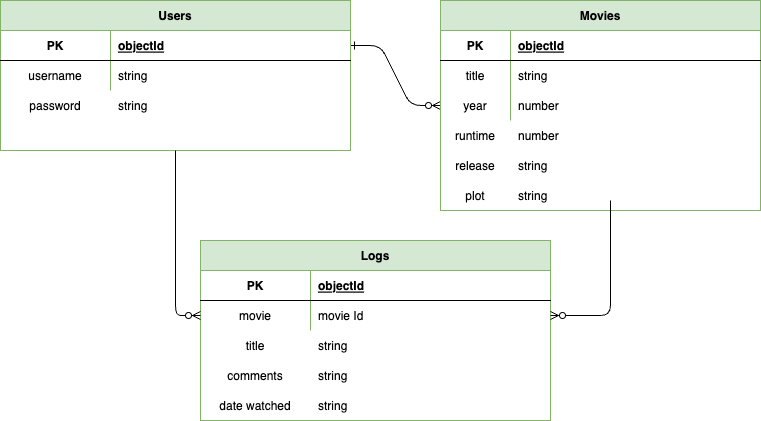
Earlier version of the draw.io export Movie logger ERD.drawio.png (harrisimon/Project-2-planning). Source tidied: cells renumbered, new cells last; positions are measured from the earlier drawing's top-left corner, leaving out a move shared by most shapes. Its diagram source:
```xml
<mxGraphModel>
  <root>
    <mxCell id="0" />
    <mxCell id="1" parent="0" />
    <mxCell id="2" style="edgeStyle=entityRelationEdgeStyle;endArrow=ERzeroToMany;startArrow=ERone;endFill=1;startFill=0;exitX=1;exitY=0.5;exitDx=0;exitDy=0;" parent="1" edge="1" source="14" target="3">
      <mxGeometry relative="1" as="geometry" />
    </mxCell>
    <mxCell id="3" value="Movies" style="shape=table;startSize=30;rowLines=0;fontStyle=1;align=center;fillColor=#d5e8d4;strokeColor=#82b366;" parent="1" vertex="1">
      <mxGeometry x="440" width="320" height="210" as="geometry" />
    </mxCell>
    <mxCell id="4" style="shape=partialRectangle;fillColor=none;top=0;left=0;right=0;bottom=1;" parent="3" vertex="1">
      <mxGeometry y="30" width="320" height="30" as="geometry" />
    </mxCell>
    <mxCell id="5" value="PK" style="shape=partialRectangle;overflow=hidden;fillColor=none;top=0;left=0;bottom=0;right=0;fontStyle=1;" parent="4" vertex="1">
      <mxGeometry width="70" height="30" as="geometry" />
    </mxCell>
    <mxCell id="6" value="objectId" style="shape=partialRectangle;overflow=hidden;fillColor=none;top=0;left=0;bottom=0;right=0;align=left;spacingLeft=6;fontStyle=5;" parent="4" vertex="1">
      <mxGeometry x="70" width="250" height="30" as="geometry" />
    </mxCell>
    <mxCell id="7" style="shape=partialRectangle;fillColor=none;top=0;left=0;right=0;bottom=0;" parent="3" vertex="1">
      <mxGeometry y="60" width="320" height="30" as="geometry" />
    </mxCell>
    <mxCell id="8" value="title" style="shape=partialRectangle;overflow=hidden;fillColor=none;top=0;left=0;bottom=0;right=0;" parent="7" vertex="1">
      <mxGeometry width="70" height="30" as="geometry" />
    </mxCell>
    <mxCell id="9" value="string" style="shape=partialRectangle;overflow=hidden;fillColor=none;top=0;left=0;bottom=0;right=0;align=left;spacingLeft=6;" parent="7" vertex="1">
      <mxGeometry x="70" width="250" height="30" as="geometry" />
    </mxCell>
    <mxCell id="10" style="shape=partialRectangle;fillColor=none;top=0;left=0;right=0;bottom=0;" parent="3" vertex="1">
      <mxGeometry y="90" width="320" height="30" as="geometry" />
    </mxCell>
    <mxCell id="11" style="shape=partialRectangle;overflow=hidden;fillColor=none;top=0;left=0;bottom=0;right=0;" parent="10" vertex="1">
      <mxGeometry width="70" height="30" as="geometry" />
    </mxCell>
    <mxCell id="12" value="number" style="shape=partialRectangle;overflow=hidden;fillColor=none;top=0;left=0;bottom=0;right=0;align=left;spacingLeft=6;" parent="10" vertex="1">
      <mxGeometry x="70" width="250" height="30" as="geometry" />
    </mxCell>
    <mxCell id="13" value="Users" style="shape=table;startSize=30;rowLines=0;fontStyle=1;align=center;fillColor=#d5e8d4;strokeColor=#82b366;" parent="1" vertex="1">
      <mxGeometry width="350" height="150" as="geometry" />
    </mxCell>
    <mxCell id="14" style="shape=partialRectangle;fillColor=none;points=[[0,0.5],[1,0.5]];portConstraint=eastwest;top=0;left=0;right=0;bottom=1;" parent="13" vertex="1">
      <mxGeometry y="30" width="350" height="30" as="geometry" />
    </mxCell>
    <mxCell id="15" value="PK" style="shape=partialRectangle;overflow=hidden;fillColor=none;top=0;left=0;bottom=0;right=0;fontStyle=1;" parent="14" vertex="1">
      <mxGeometry width="110" height="30" as="geometry" />
    </mxCell>
    <mxCell id="16" value="objectId" style="shape=partialRectangle;overflow=hidden;fillColor=none;top=0;left=0;bottom=0;right=0;align=left;spacingLeft=6;fontStyle=5;" parent="14" vertex="1">
      <mxGeometry x="110" width="240" height="30" as="geometry" />
    </mxCell>
    <mxCell id="17" style="shape=partialRectangle;fillColor=none;top=0;left=0;right=0;bottom=0;" parent="13" vertex="1">
      <mxGeometry y="60" width="350" height="30" as="geometry" />
    </mxCell>
    <mxCell id="18" value="username" style="shape=partialRectangle;overflow=hidden;fillColor=none;top=0;left=0;bottom=0;right=0;" parent="17" vertex="1">
      <mxGeometry width="110" height="30" as="geometry" />
    </mxCell>
    <mxCell id="19" value="string" style="shape=partialRectangle;overflow=hidden;fillColor=none;top=0;left=0;bottom=0;right=0;align=left;spacingLeft=6;" parent="17" vertex="1">
      <mxGeometry x="110" width="240" height="30" as="geometry" />
    </mxCell>
    <mxCell id="20" value="password" style="shape=partialRectangle;overflow=hidden;fillColor=none;top=0;left=0;bottom=0;right=0;perimeterSpacing=1;strokeColor=default;" parent="1" vertex="1">
      <mxGeometry y="90" width="110" height="30" as="geometry" />
    </mxCell>
    <mxCell id="21" value="string" style="shape=partialRectangle;overflow=hidden;fillColor=none;top=0;left=0;bottom=0;right=0;align=left;spacingLeft=6;" parent="1" vertex="1">
      <mxGeometry x="110" y="90" width="240" height="30" as="geometry" />
    </mxCell>
    <mxCell id="22" value="year" style="shape=partialRectangle;overflow=hidden;fillColor=none;top=0;left=0;bottom=0;right=0;" parent="1" vertex="1">
      <mxGeometry x="440" y="90" width="70" height="30" as="geometry" />
    </mxCell>
    <mxCell id="23" value="runtime" style="shape=partialRectangle;overflow=hidden;fillColor=none;top=0;left=0;bottom=0;right=0;" parent="1" vertex="1">
      <mxGeometry x="440" y="120" width="70" height="30" as="geometry" />
    </mxCell>
    <mxCell id="24" value="number" style="shape=partialRectangle;overflow=hidden;fillColor=none;top=0;left=0;bottom=0;right=0;align=left;spacingLeft=6;" parent="1" vertex="1">
      <mxGeometry x="510" y="120" width="250" height="30" as="geometry" />
    </mxCell>
    <mxCell id="25" value="release" style="shape=partialRectangle;overflow=hidden;fillColor=none;top=0;left=0;bottom=0;right=0;" parent="1" vertex="1">
      <mxGeometry x="440" y="150" width="70" height="30" as="geometry" />
    </mxCell>
    <mxCell id="26" value="string" style="shape=partialRectangle;overflow=hidden;fillColor=none;top=0;left=0;bottom=0;right=0;align=left;spacingLeft=6;" parent="1" vertex="1">
      <mxGeometry x="510" y="150" width="250" height="30" as="geometry" />
    </mxCell>
    <mxCell id="27" value="Logs" style="shape=table;startSize=30;rowLines=0;fontStyle=1;align=center;fillColor=#d5e8d4;strokeColor=#82b366;" parent="1" vertex="1">
      <mxGeometry x="200" y="240" width="350" height="180" as="geometry" />
    </mxCell>
    <mxCell id="28" style="shape=partialRectangle;fillColor=none;top=0;left=0;right=0;bottom=1;" parent="27" vertex="1">
      <mxGeometry y="30" width="350" height="30" as="geometry" />
    </mxCell>
    <mxCell id="29" value="PK" style="shape=partialRectangle;overflow=hidden;fillColor=none;top=0;left=0;bottom=0;right=0;fontStyle=1;" parent="28" vertex="1">
      <mxGeometry width="110" height="30" as="geometry" />
    </mxCell>
    <mxCell id="30" value="objectId" style="shape=partialRectangle;overflow=hidden;fillColor=none;top=0;left=0;bottom=0;right=0;align=left;spacingLeft=6;fontStyle=5;" parent="28" vertex="1">
      <mxGeometry x="110" width="240" height="30" as="geometry" />
    </mxCell>
    <mxCell id="31" style="shape=partialRectangle;fillColor=none;points=[[0,0.5],[1,0.5]];portConstraint=eastwest;top=0;left=0;right=0;bottom=0;" parent="27" vertex="1">
      <mxGeometry y="60" width="350" height="30" as="geometry" />
    </mxCell>
    <mxCell id="32" value="movie" style="shape=partialRectangle;overflow=hidden;fillColor=none;top=0;left=0;bottom=0;right=0;" parent="31" vertex="1">
      <mxGeometry width="110" height="30" as="geometry" />
    </mxCell>
    <mxCell id="33" value="movie Id" style="shape=partialRectangle;overflow=hidden;fillColor=none;top=0;left=0;bottom=0;right=0;align=left;spacingLeft=6;" parent="31" vertex="1">
      <mxGeometry x="110" width="240" height="30" as="geometry" />
    </mxCell>
    <mxCell id="34" style="edgeStyle=orthogonalEdgeStyle;rounded=1;jettySize=auto;html=1;exitX=0;exitY=0.5;exitDx=0;exitDy=0;entryX=0.5;entryY=1;entryDx=0;entryDy=0;startArrow=ERzeroToMany;startFill=0;endArrow=none;endFill=0;" parent="1" edge="1" source="31" target="13">
      <mxGeometry relative="1" as="geometry" />
    </mxCell>
    <mxCell id="35" style="edgeStyle=orthogonalEdgeStyle;rounded=1;jettySize=auto;html=1;exitX=1;exitY=0.5;exitDx=0;exitDy=0;startArrow=ERzeroToMany;startFill=0;endArrow=none;endFill=0;" parent="1" edge="1" source="31">
      <mxGeometry relative="1" as="geometry">
        <mxPoint x="610" y="200" as="targetPoint" />
      </mxGeometry>
    </mxCell>
    <mxCell id="36" value="comments" style="shape=partialRectangle;overflow=hidden;fillColor=none;top=0;left=0;bottom=0;right=0;" parent="1" vertex="1">
      <mxGeometry x="200" y="360" width="110" height="30" as="geometry" />
    </mxCell>
    <mxCell id="37" value="string" style="shape=partialRectangle;overflow=hidden;fillColor=none;top=0;left=0;bottom=0;right=0;align=left;spacingLeft=6;" parent="1" vertex="1">
      <mxGeometry x="310" y="360" width="240" height="30" as="geometry" />
    </mxCell>
    <mxCell id="38" value="date watched" style="shape=partialRectangle;overflow=hidden;fillColor=none;top=0;left=0;bottom=0;right=0;" parent="1" vertex="1">
      <mxGeometry x="200" y="390" width="110" height="30" as="geometry" />
    </mxCell>
    <mxCell id="39" value="string" style="shape=partialRectangle;overflow=hidden;fillColor=none;top=0;left=0;bottom=0;right=0;align=left;spacingLeft=6;" parent="1" vertex="1">
      <mxGeometry x="310" y="390" width="240" height="30" as="geometry" />
    </mxCell>
    <mxCell id="40" value="title" style="shape=partialRectangle;overflow=hidden;fillColor=none;top=0;left=0;bottom=0;right=0;" parent="1" vertex="1">
      <mxGeometry x="200" y="330" width="110" height="30" as="geometry" />
    </mxCell>
    <mxCell id="41" value="string" style="shape=partialRectangle;overflow=hidden;fillColor=none;top=0;left=0;bottom=0;right=0;align=left;spacingLeft=6;" parent="1" vertex="1">
      <mxGeometry x="310" y="330" width="240" height="30" as="geometry" />
    </mxCell>
    <mxCell id="42" value="plot" style="shape=partialRectangle;overflow=hidden;fillColor=none;top=0;left=0;bottom=0;right=0;" parent="1" vertex="1">
      <mxGeometry x="440" y="180" width="70" height="30" as="geometry" />
    </mxCell>
    <mxCell id="43" value="string" style="shape=partialRectangle;overflow=hidden;fillColor=none;top=0;left=0;bottom=0;right=0;align=left;spacingLeft=6;" parent="1" vertex="1">
      <mxGeometry x="510" y="180" width="250" height="30" as="geometry" />
    </mxCell>
  </root>
</mxGraphModel>
```
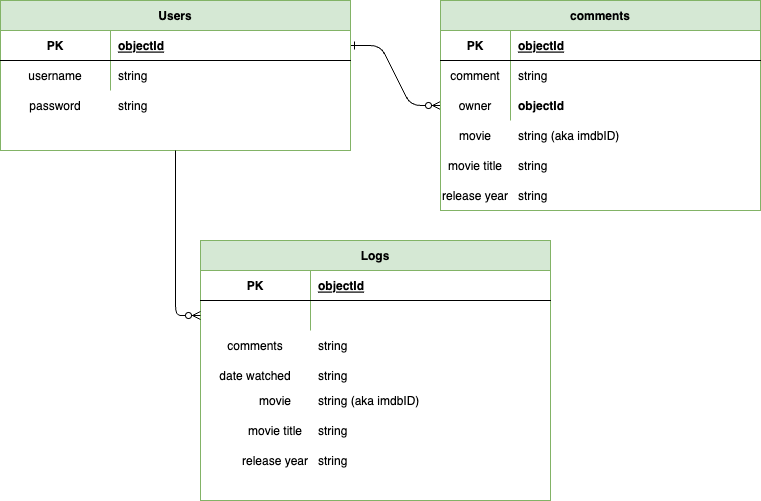
Above is the later version.

Commit message:
updated ERD and added recommendations as stretch goal

Change to the diagram source:
```diff
@@ -5,7 +5,7 @@
     <mxCell id="2" style="edgeStyle=entityRelationEdgeStyle;endArrow=ERzeroToMany;startArrow=ERone;endFill=1;startFill=0;exitX=1;exitY=0.5;exitDx=0;exitDy=0;" parent="1" edge="1" source="14" target="3">
       <mxGeometry relative="1" as="geometry" />
     </mxCell>
-    <mxCell id="3" value="Movies" style="shape=table;startSize=30;rowLines=0;fontStyle=1;align=center;fillColor=#d5e8d4;strokeColor=#82b366;" parent="1" vertex="1">
+    <mxCell id="3" value="comments" style="shape=table;startSize=30;rowLines=0;fontStyle=1;align=center;fillColor=#d5e8d4;strokeColor=#82b366;" parent="1" vertex="1">
       <mxGeometry x="440" width="320" height="210" as="geometry" />
     </mxCell>
     <mxCell id="4" style="shape=partialRectangle;fillColor=none;top=0;left=0;right=0;bottom=1;" parent="3" vertex="1">
@@ -20,7 +20,7 @@
     <mxCell id="7" style="shape=partialRectangle;fillColor=none;top=0;left=0;right=0;bottom=0;" parent="3" vertex="1">
       <mxGeometry y="60" width="320" height="30" as="geometry" />
     </mxCell>
-    <mxCell id="8" value="title" style="shape=partialRectangle;overflow=hidden;fillColor=none;top=0;left=0;bottom=0;right=0;" parent="7" vertex="1">
+    <mxCell id="8" value="comment" style="shape=partialRectangle;overflow=hidden;fillColor=none;top=0;left=0;bottom=0;right=0;" parent="7" vertex="1">
       <mxGeometry width="70" height="30" as="geometry" />
     </mxCell>
     <mxCell id="9" value="string" style="shape=partialRectangle;overflow=hidden;fillColor=none;top=0;left=0;bottom=0;right=0;align=left;spacingLeft=6;" parent="7" vertex="1">
@@ -32,7 +32,7 @@
     <mxCell id="11" style="shape=partialRectangle;overflow=hidden;fillColor=none;top=0;left=0;bottom=0;right=0;" parent="10" vertex="1">
       <mxGeometry width="70" height="30" as="geometry" />
     </mxCell>
-    <mxCell id="12" value="number" style="shape=partialRectangle;overflow=hidden;fillColor=none;top=0;left=0;bottom=0;right=0;align=left;spacingLeft=6;" parent="10" vertex="1">
+    <mxCell id="12" style="shape=partialRectangle;overflow=hidden;fillColor=none;top=0;left=0;bottom=0;right=0;align=left;spacingLeft=6;" parent="10" vertex="1">
       <mxGeometry x="70" width="250" height="30" as="geometry" />
     </mxCell>
     <mxCell id="13" value="Users" style="shape=table;startSize=30;rowLines=0;fontStyle=1;align=center;fillColor=#d5e8d4;strokeColor=#82b366;" parent="1" vertex="1">
@@ -62,23 +62,8 @@
     <mxCell id="21" value="string" style="shape=partialRectangle;overflow=hidden;fillColor=none;top=0;left=0;bottom=0;right=0;align=left;spacingLeft=6;" parent="1" vertex="1">
       <mxGeometry x="110" y="90" width="240" height="30" as="geometry" />
     </mxCell>
-    <mxCell id="22" value="year" style="shape=partialRectangle;overflow=hidden;fillColor=none;top=0;left=0;bottom=0;right=0;" parent="1" vertex="1">
-      <mxGeometry x="440" y="90" width="70" height="30" as="geometry" />
-    </mxCell>
-    <mxCell id="23" value="runtime" style="shape=partialRectangle;overflow=hidden;fillColor=none;top=0;left=0;bottom=0;right=0;" parent="1" vertex="1">
-      <mxGeometry x="440" y="120" width="70" height="30" as="geometry" />
-    </mxCell>
-    <mxCell id="24" value="number" style="shape=partialRectangle;overflow=hidden;fillColor=none;top=0;left=0;bottom=0;right=0;align=left;spacingLeft=6;" parent="1" vertex="1">
-      <mxGeometry x="510" y="120" width="250" height="30" as="geometry" />
-    </mxCell>
-    <mxCell id="25" value="release" style="shape=partialRectangle;overflow=hidden;fillColor=none;top=0;left=0;bottom=0;right=0;" parent="1" vertex="1">
-      <mxGeometry x="440" y="150" width="70" height="30" as="geometry" />
-    </mxCell>
-    <mxCell id="26" value="string" style="shape=partialRectangle;overflow=hidden;fillColor=none;top=0;left=0;bottom=0;right=0;align=left;spacingLeft=6;" parent="1" vertex="1">
-      <mxGeometry x="510" y="150" width="250" height="30" as="geometry" />
-    </mxCell>
     <mxCell id="27" value="Logs" style="shape=table;startSize=30;rowLines=0;fontStyle=1;align=center;fillColor=#d5e8d4;strokeColor=#82b366;" parent="1" vertex="1">
-      <mxGeometry x="200" y="240" width="350" height="180" as="geometry" />
+      <mxGeometry x="200" y="240" width="350" height="260" as="geometry" />
     </mxCell>
     <mxCell id="28" style="shape=partialRectangle;fillColor=none;top=0;left=0;right=0;bottom=1;" parent="27" vertex="1">
       <mxGeometry y="30" width="350" height="30" as="geometry" />
@@ -92,43 +77,68 @@
     <mxCell id="31" style="shape=partialRectangle;fillColor=none;points=[[0,0.5],[1,0.5]];portConstraint=eastwest;top=0;left=0;right=0;bottom=0;" parent="27" vertex="1">
       <mxGeometry y="60" width="350" height="30" as="geometry" />
     </mxCell>
-    <mxCell id="32" value="movie" style="shape=partialRectangle;overflow=hidden;fillColor=none;top=0;left=0;bottom=0;right=0;" parent="31" vertex="1">
+    <mxCell id="32" style="shape=partialRectangle;overflow=hidden;fillColor=none;top=0;left=0;bottom=0;right=0;" parent="31" vertex="1">
       <mxGeometry width="110" height="30" as="geometry" />
     </mxCell>
-    <mxCell id="33" value="movie Id" style="shape=partialRectangle;overflow=hidden;fillColor=none;top=0;left=0;bottom=0;right=0;align=left;spacingLeft=6;" parent="31" vertex="1">
+    <mxCell id="33" style="shape=partialRectangle;overflow=hidden;fillColor=none;top=0;left=0;bottom=0;right=0;align=left;spacingLeft=6;" parent="31" vertex="1">
       <mxGeometry x="110" width="240" height="30" as="geometry" />
     </mxCell>
     <mxCell id="34" style="edgeStyle=orthogonalEdgeStyle;rounded=1;jettySize=auto;html=1;exitX=0;exitY=0.5;exitDx=0;exitDy=0;entryX=0.5;entryY=1;entryDx=0;entryDy=0;startArrow=ERzeroToMany;startFill=0;endArrow=none;endFill=0;" parent="1" edge="1" source="31" target="13">
       <mxGeometry relative="1" as="geometry" />
     </mxCell>
-    <mxCell id="35" style="edgeStyle=orthogonalEdgeStyle;rounded=1;jettySize=auto;html=1;exitX=1;exitY=0.5;exitDx=0;exitDy=0;startArrow=ERzeroToMany;startFill=0;endArrow=none;endFill=0;" parent="1" edge="1" source="31">
-      <mxGeometry relative="1" as="geometry">
-        <mxPoint x="610" y="200" as="targetPoint" />
-      </mxGeometry>
-    </mxCell>
-    <mxCell id="36" value="comments" style="shape=partialRectangle;overflow=hidden;fillColor=none;top=0;left=0;bottom=0;right=0;" parent="1" vertex="1">
-      <mxGeometry x="200" y="360" width="110" height="30" as="geometry" />
-    </mxCell>
-    <mxCell id="37" value="string" style="shape=partialRectangle;overflow=hidden;fillColor=none;top=0;left=0;bottom=0;right=0;align=left;spacingLeft=6;" parent="1" vertex="1">
-      <mxGeometry x="310" y="360" width="240" height="30" as="geometry" />
-    </mxCell>
     <mxCell id="38" value="date watched" style="shape=partialRectangle;overflow=hidden;fillColor=none;top=0;left=0;bottom=0;right=0;" parent="1" vertex="1">
-      <mxGeometry x="200" y="390" width="110" height="30" as="geometry" />
+      <mxGeometry x="200" y="360" width="110" height="30" as="geometry" />
     </mxCell>
     <mxCell id="39" value="string" style="shape=partialRectangle;overflow=hidden;fillColor=none;top=0;left=0;bottom=0;right=0;align=left;spacingLeft=6;" parent="1" vertex="1">
-      <mxGeometry x="310" y="390" width="240" height="30" as="geometry" />
+      <mxGeometry x="310" y="360" width="240" height="30" as="geometry" />
     </mxCell>
-    <mxCell id="40" value="title" style="shape=partialRectangle;overflow=hidden;fillColor=none;top=0;left=0;bottom=0;right=0;" parent="1" vertex="1">
+    <mxCell id="40" value="comments" style="shape=partialRectangle;overflow=hidden;fillColor=none;top=0;left=0;bottom=0;right=0;" parent="1" vertex="1">
       <mxGeometry x="200" y="330" width="110" height="30" as="geometry" />
     </mxCell>
     <mxCell id="41" value="string" style="shape=partialRectangle;overflow=hidden;fillColor=none;top=0;left=0;bottom=0;right=0;align=left;spacingLeft=6;" parent="1" vertex="1">
       <mxGeometry x="310" y="330" width="240" height="30" as="geometry" />
     </mxCell>
-    <mxCell id="42" value="plot" style="shape=partialRectangle;overflow=hidden;fillColor=none;top=0;left=0;bottom=0;right=0;" parent="1" vertex="1">
-      <mxGeometry x="440" y="180" width="70" height="30" as="geometry" />
-    </mxCell>
+    <mxCell id="44" value="owner" style="shape=partialRectangle;overflow=hidden;fillColor=none;top=0;left=0;bottom=0;right=0;" parent="1" vertex="1">
+      <mxGeometry x="440" y="90" width="70" height="30" as="geometry" />
+    </mxCell>
+    <mxCell id="45" value="objectId" style="shape=partialRectangle;overflow=hidden;fillColor=none;top=0;left=0;bottom=0;right=0;align=left;spacingLeft=6;fontStyle=1;" parent="1" vertex="1">
+      <mxGeometry x="510" y="90" width="250" height="30" as="geometry" />
+    </mxCell>
+    <mxCell id="46" value="movie" style="shape=partialRectangle;overflow=hidden;fillColor=none;top=0;left=0;bottom=0;right=0;" parent="1" vertex="1">
+      <mxGeometry x="440" y="120" width="70" height="30" as="geometry" />
+    </mxCell>
+    <mxCell id="47" value="string (aka imdbID)" style="shape=partialRectangle;overflow=hidden;fillColor=none;top=0;left=0;bottom=0;right=0;align=left;spacingLeft=6;" parent="1" vertex="1">
+      <mxGeometry x="510" y="120" width="250" height="30" as="geometry" />
+    </mxCell>
+    <mxCell id="48" value="movie title" style="shape=partialRectangle;overflow=hidden;fillColor=none;top=0;left=0;bottom=0;right=0;" parent="1" vertex="1">
+      <mxGeometry x="440" y="150" width="70" height="30" as="geometry" />
+    </mxCell>
+    <mxCell id="26" value="string" style="shape=partialRectangle;overflow=hidden;fillColor=none;top=0;left=0;bottom=0;right=0;align=left;spacingLeft=6;" parent="1" vertex="1">
+      <mxGeometry x="510" y="150" width="250" height="30" as="geometry" />
+    </mxCell>
     <mxCell id="43" value="string" style="shape=partialRectangle;overflow=hidden;fillColor=none;top=0;left=0;bottom=0;right=0;align=left;spacingLeft=6;" parent="1" vertex="1">
       <mxGeometry x="510" y="180" width="250" height="30" as="geometry" />
     </mxCell>
+    <mxCell id="49" value="release year" style="shape=partialRectangle;overflow=hidden;fillColor=none;top=0;left=0;bottom=0;right=0;" parent="1" vertex="1">
+      <mxGeometry x="440" y="180" width="70" height="30" as="geometry" />
+    </mxCell>
+    <mxCell id="50" value="movie" style="shape=partialRectangle;overflow=hidden;fillColor=none;top=0;left=0;bottom=0;right=0;" parent="1" vertex="1">
+      <mxGeometry x="240" y="385" width="70" height="30" as="geometry" />
+    </mxCell>
+    <mxCell id="51" value="string (aka imdbID)" style="shape=partialRectangle;overflow=hidden;fillColor=none;top=0;left=0;bottom=0;right=0;align=left;spacingLeft=6;" parent="1" vertex="1">
+      <mxGeometry x="310" y="385" width="250" height="30" as="geometry" />
+    </mxCell>
+    <mxCell id="52" value="movie title" style="shape=partialRectangle;overflow=hidden;fillColor=none;top=0;left=0;bottom=0;right=0;" parent="1" vertex="1">
+      <mxGeometry x="240" y="415" width="70" height="30" as="geometry" />
+    </mxCell>
+    <mxCell id="53" value="string" style="shape=partialRectangle;overflow=hidden;fillColor=none;top=0;left=0;bottom=0;right=0;align=left;spacingLeft=6;" parent="1" vertex="1">
+      <mxGeometry x="310" y="415" width="250" height="30" as="geometry" />
+    </mxCell>
+    <mxCell id="54" value="string" style="shape=partialRectangle;overflow=hidden;fillColor=none;top=0;left=0;bottom=0;right=0;align=left;spacingLeft=6;" parent="1" vertex="1">
+      <mxGeometry x="310" y="445" width="250" height="30" as="geometry" />
+    </mxCell>
+    <mxCell id="55" value="release year" style="shape=partialRectangle;overflow=hidden;fillColor=none;top=0;left=0;bottom=0;right=0;" parent="1" vertex="1">
+      <mxGeometry x="240" y="445" width="70" height="30" as="geometry" />
+    </mxCell>
   </root>
 </mxGraphModel>
```
